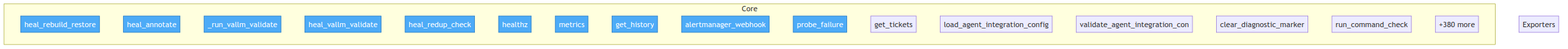
Above: project/flow.png in semcod/koru (Mermaid), before the change. Its source is kept beside it as project/flow.mmd.
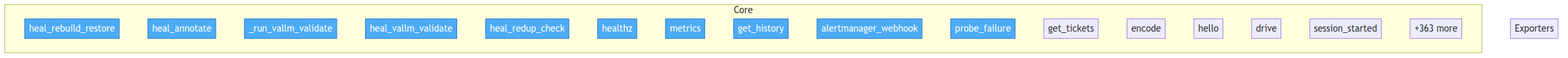
After the change.

Diff of the diagram source:
```diff
@@ -14,11 +14,11 @@
         services__healing_webhook__app__alertmanager_webhook["alertmanager_webhook"]
         services__healing_webhook__app__probe_failure["probe_failure"]
         services__healing_webhook__app__get_tickets["get_tickets"]
-        src__koru__agent_backends__load_agent_integration_config["load_agent_integration_config"]
-        src__koru__agent_backends__validate_agent_integration_config["validate_agent_integration_con"]
-        src__koru__autonomous_diagnostics__clear_diagnostic_marker["clear_diagnostic_marker"]
-        src__koru__autonomous_diagnostics__run_command_check["run_command_check"]
-        ...["+380 more"]
+        src__koruide__protocol__Message__encode["encode"]
+        src__koruide__protocol__hello["hello"]
+        src__koruide__protocol__drive["drive"]
+        src__koruide__protocol__session_started["session_started"]
+        ...["+363 more"]
     end
 
     subgraph Exporters
```
